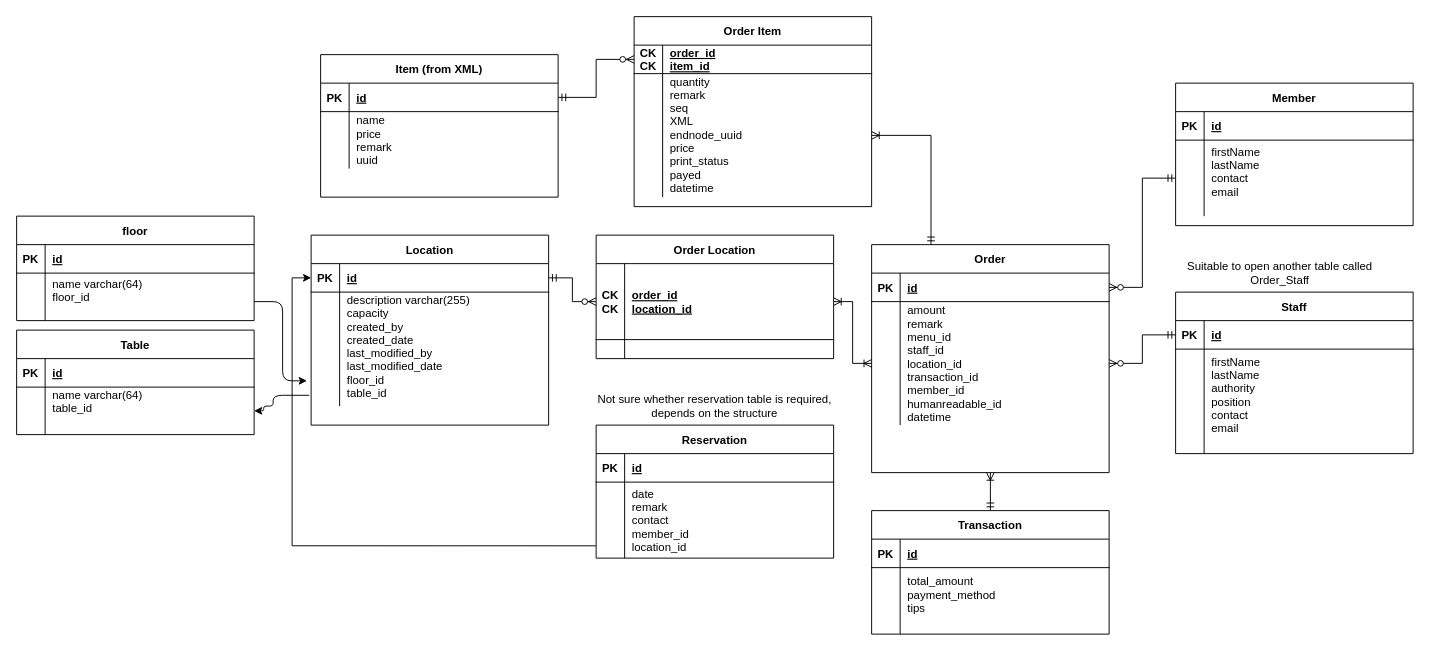
The draw.io diagram Documentation/GastroManager_02.drawio in GregorGT/GastroManager, before the edit. Source tidied: cells renumbered, new cells numbered last; positions are measured from the earlier drawing's top-left corner, leaving out a move shared by most shapes. Both pictures are drawn from the tidied source at 95%, with x=0, y=0 at pixel (16, 16).
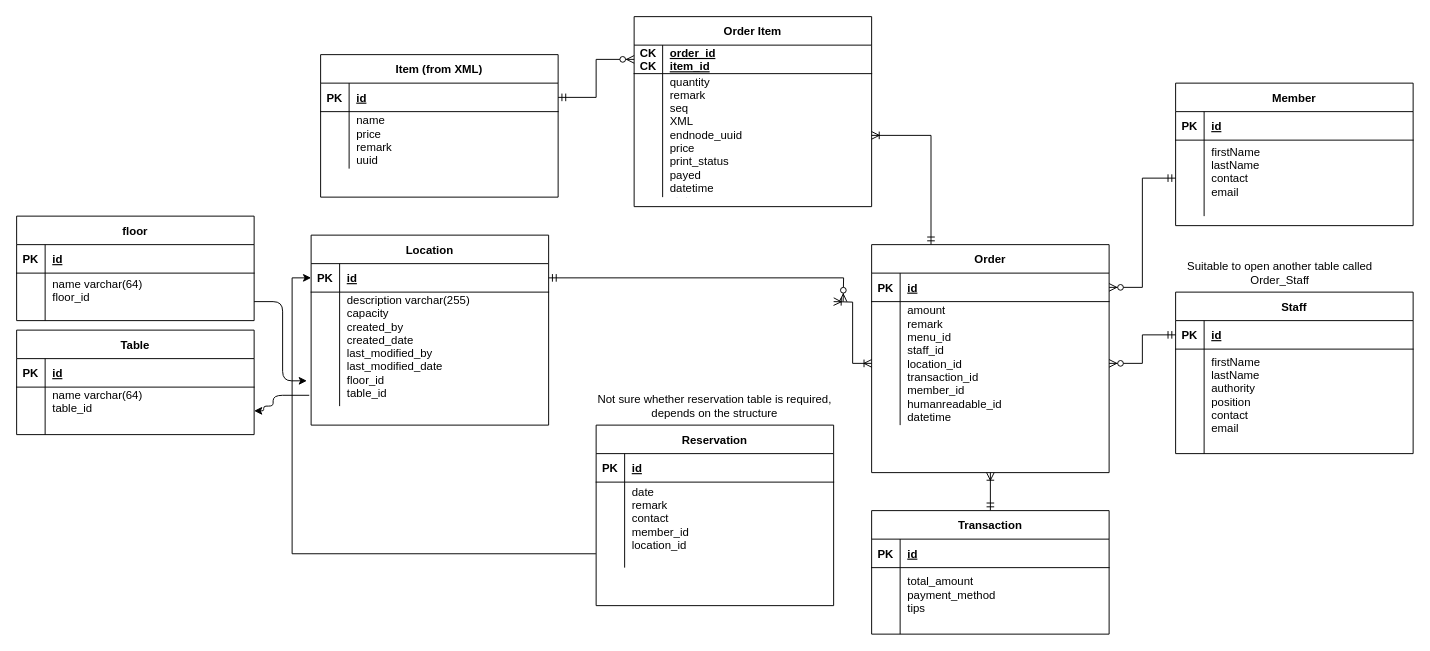
After the change.

Commit message:
updating db table view

Unchanged cells that the change refers to:
```xml
<mxCell id="23" style="shape=partialRectangle;fillColor=none;points=[[0,0.5],[1,0.5]];portConstraint=eastwest;top=0;left=0;right=0;bottom=0;" parent="19" vertex="1">
  <mxGeometry y="60" width="250" height="130" as="geometry" />
</mxCell>
<mxCell id="27" style="shape=partialRectangle;fillColor=none;points=[[0,0.5],[1,0.5]];portConstraint=eastwest;top=0;left=0;right=0;bottom=1;" parent="26" vertex="1">
  <mxGeometry y="30" width="250" height="30" as="geometry" />
</mxCell>
```

Change to the diagram source:
```diff
@@
     <mxCell id="10" value="Reservation" style="shape=table;startSize=30;childLayout=tableLayout;rowLines=0;fontStyle=1;align=center;" parent="1" vertex="1">
-      <mxGeometry x="610" y="430" width="250" height="140" as="geometry" />
+      <mxGeometry x="610" y="430" width="250" height="190" as="geometry" />
     </mxCell>
@@
     <mxCell id="14" style="shape=partialRectangle;fillColor=none;points=[[0,0.5],[1,0.5]];portConstraint=eastwest;top=0;left=0;right=0;bottom=0;" parent="10" vertex="1">
-      <mxGeometry y="60" width="250" height="80" as="geometry" />
+      <mxGeometry y="60" width="250" height="90" as="geometry" />
     </mxCell>
     <mxCell id="15" style="shape=partialRectangle;overflow=hidden;fillColor=none;top=0;left=0;bottom=0;right=0;" parent="14" vertex="1">
-      <mxGeometry width="30" height="80" as="geometry" />
+      <mxGeometry width="30" height="90" as="geometry" />
     </mxCell>
-    <mxCell id="16" value="date&#10;remark&#10;contact&#10;member_id&#10;location_id" style="shape=partialRectangle;overflow=hidden;fillColor=none;top=0;left=0;bottom=0;right=0;align=left;spacingLeft=6;" parent="14" vertex="1">
-      <mxGeometry x="30" width="220" height="80" as="geometry" />
+    <mxCell id="16" value="date&#10;remark&#10;contact&#10;member_id&#10;location_id&#10;" style="shape=partialRectangle;overflow=hidden;fillColor=none;top=0;left=0;bottom=0;right=0;align=left;spacingLeft=6;" parent="14" vertex="1">
+      <mxGeometry x="30" width="220" height="90" as="geometry" />
     </mxCell>
@@
-    <mxCell id="54" value="Order Location" style="shape=table;startSize=30;childLayout=tableLayout;rowLines=0;fontStyle=1;align=center;" parent="1" vertex="1">
-      <mxGeometry x="610" y="230" width="250" height="130" as="geometry" />
-    </mxCell>
-    <mxCell id="55" style="shape=partialRectangle;fillColor=none;points=[[0,0.5],[1,0.5]];portConstraint=eastwest;top=0;left=0;right=0;bottom=1;" parent="54" vertex="1">
-      <mxGeometry y="30" width="250" height="80" as="geometry" />
-    </mxCell>
-    <mxCell id="56" value="CK&#10;CK" style="shape=partialRectangle;overflow=hidden;fillColor=none;top=0;left=0;bottom=0;right=0;fontStyle=1;" parent="55" vertex="1">
-      <mxGeometry width="30" height="80" as="geometry" />
-    </mxCell>
-    <mxCell id="57" value="order_id&#10;location_id" style="shape=partialRectangle;overflow=hidden;fillColor=none;top=0;left=0;bottom=0;right=0;align=left;spacingLeft=6;fontStyle=5;" parent="55" vertex="1">
-      <mxGeometry x="30" width="220" height="80" as="geometry" />
-    </mxCell>
-    <mxCell id="58" style="shape=partialRectangle;fillColor=none;top=0;left=0;right=0;bottom=0;" parent="54" vertex="1">
-      <mxGeometry y="110" width="250" height="20" as="geometry" />
-    </mxCell>
-    <mxCell id="59" style="shape=partialRectangle;overflow=hidden;fillColor=none;top=0;left=0;bottom=0;right=0;" parent="58" vertex="1">
-      <mxGeometry width="30" height="20" as="geometry" />
-    </mxCell>
-    <mxCell id="60" style="shape=partialRectangle;overflow=hidden;fillColor=none;top=0;left=0;bottom=0;right=0;align=left;spacingLeft=6;" parent="58" vertex="1">
-      <mxGeometry x="30" width="220" height="20" as="geometry" />
-    </mxCell>
@@
-    <mxCell id="70" style="edgeStyle=orthogonalEdgeStyle;rounded=0;jettySize=auto;html=1;exitX=0;exitY=0.5;exitDx=0;exitDy=0;entryX=1;entryY=0.5;entryDx=0;entryDy=0;startArrow=ERoneToMany;startFill=0;endArrow=ERoneToMany;endFill=0;" parent="1" edge="1" source="23" target="55">
-      <mxGeometry relative="1" as="geometry" />
+    <mxCell id="70" style="edgeStyle=orthogonalEdgeStyle;rounded=0;jettySize=auto;html=1;exitX=0;exitY=0.5;exitDx=0;exitDy=0;entryX=1;entryY=0.5;entryDx=0;entryDy=0;startArrow=ERoneToMany;startFill=0;endArrow=ERoneToMany;endFill=0;" parent="1" edge="1" source="23">
+      <mxGeometry relative="1" as="geometry">
+        <mxPoint x="860" y="300" as="targetPoint" />
+      </mxGeometry>
     </mxCell>
-    <mxCell id="71" style="edgeStyle=orthogonalEdgeStyle;rounded=0;jettySize=auto;html=1;exitX=0;exitY=0.5;exitDx=0;exitDy=0;entryX=1;entryY=0.5;entryDx=0;entryDy=0;startArrow=ERzeroToMany;startFill=1;endArrow=ERmandOne;endFill=0;" parent="1" edge="1" source="55" target="27">
-      <mxGeometry relative="1" as="geometry" />
+    <mxCell id="71" style="edgeStyle=orthogonalEdgeStyle;rounded=0;jettySize=auto;html=1;entryX=1;entryY=0.5;entryDx=0;entryDy=0;startArrow=ERzeroToMany;startFill=1;endArrow=ERmandOne;endFill=0;" parent="1" edge="1" target="27">
+      <mxGeometry relative="1" as="geometry">
+        <mxPoint x="870" y="300" as="sourcePoint" />
+      </mxGeometry>
     </mxCell>
```
